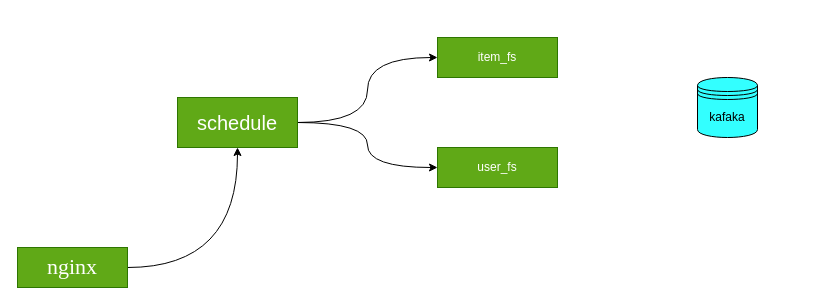
huasonzhou/learngit keeps this draw.io diagram as page "Page-1" (1 of 2) of Untitled Diagram.drawio. Above is the earlier version. Source tidied: cells renumbered, new cells numbered last; positions are measured from the earlier drawing's top-left corner, leaving out a move shared by most shapes. Both pictures are drawn from the tidied source at 100%, with x=0, y=0 at pixel (17, 37).
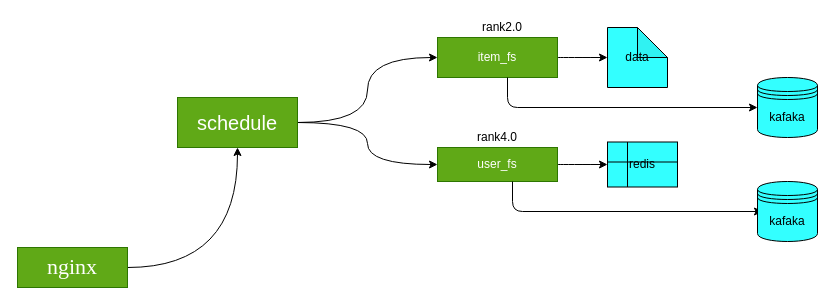
The same page after the edit.

Unchanged cells that the change refers to:
```xml
<mxCell id="7" value="item_fs" style="whiteSpace=wrap;html=1;rounded=0;fontColor=#ffffff;strokeColor=#2D7600;fillColor=#60a917;" parent="1" vertex="1">
  <mxGeometry x="420" width="120" height="40" as="geometry" />
</mxCell>
```

Change to the diagram source:
```diff
@@
+    <mxCell id="10" style="edgeStyle=orthogonalEdgeStyle;curved=1;rounded=0;jettySize=auto;html=1;" parent="1" edge="1" source="7" target="13">
+      <mxGeometry relative="1" as="geometry" />
+    </mxCell>
@@
+    <mxCell id="11" style="edgeStyle=orthogonalEdgeStyle;curved=1;rounded=0;jettySize=auto;html=1;" parent="1" edge="1" source="8" target="12">
+      <mxGeometry relative="1" as="geometry" />
+    </mxCell>
     <mxCell id="8" value="user_fs" style="whiteSpace=wrap;html=1;rounded=0;fontColor=#ffffff;strokeColor=#2D7600;fillColor=#60a917;" parent="1" vertex="1">
-      <mxGeometry x="420" y="110" width="120" height="40" as="geometry" />
+      <mxGeometry x="420" y="110" width="120" height="34" as="geometry" />
     </mxCell>
     <mxCell id="9" value="kafaka" style="shape=datastore;whiteSpace=wrap;html=1;fillColor=#33FFFF;" parent="1" vertex="1">
-      <mxGeometry x="680" y="40" width="60" height="60" as="geometry" />
+      <mxGeometry x="740" y="40" width="60" height="60" as="geometry" />
     </mxCell>
+    <mxCell id="12" value="redis" style="shape=internalStorage;whiteSpace=wrap;html=1;backgroundOutline=1;fillColor=#33FFFF;" parent="1" vertex="1">
+      <mxGeometry x="590" y="104.5" width="70" height="45" as="geometry" />
+    </mxCell>
+    <mxCell id="13" value="data" style="shape=note;whiteSpace=wrap;html=1;backgroundOutline=1;darkOpacity=0.05;fillColor=#33FFFF;" parent="1" vertex="1">
+      <mxGeometry x="590" y="-10" width="60" height="60" as="geometry" />
+    </mxCell>
+    <mxCell id="14" value="rank4.0" style="text;html=1;strokeColor=none;fillColor=none;align=center;verticalAlign=middle;whiteSpace=wrap;rounded=0;" parent="1" vertex="1">
+      <mxGeometry x="460" y="90" width="40" height="20" as="geometry" />
+    </mxCell>
+    <mxCell id="15" value="rank2.0" style="text;html=1;strokeColor=none;fillColor=none;align=center;verticalAlign=middle;whiteSpace=wrap;rounded=0;" parent="1" vertex="1">
+      <mxGeometry x="465" y="-20" width="40" height="20" as="geometry" />
+    </mxCell>
+    <mxCell id="16" style="edgeStyle=elbowEdgeStyle;elbow=horizontal;endArrow=classic;html=1;entryX=0;entryY=0.5;entryDx=0;entryDy=0;entryPerimeter=0;" parent="1" edge="1" source="7" target="9">
+      <mxGeometry relative="1" as="geometry">
+        <Array as="points">
+          <mxPoint x="490" y="70" />
+        </Array>
+      </mxGeometry>
+    </mxCell>
+    <mxCell id="17" style="edgeStyle=elbowEdgeStyle;elbow=horizontal;endArrow=classic;html=1;entryX=0;entryY=0.5;entryDx=0;entryDy=0;entryPerimeter=0;" parent="1" edge="1">
+      <mxGeometry relative="1" as="geometry">
+        <mxPoint x="495" y="144" as="sourcePoint" />
+        <mxPoint x="745" y="174" as="targetPoint" />
+        <Array as="points">
+          <mxPoint x="495" y="174" />
+        </Array>
+      </mxGeometry>
+    </mxCell>
+    <mxCell id="18" value="kafaka" style="shape=datastore;whiteSpace=wrap;html=1;fillColor=#33FFFF;" parent="1" vertex="1">
+      <mxGeometry x="740" y="144" width="60" height="60" as="geometry" />
+    </mxCell>
```
